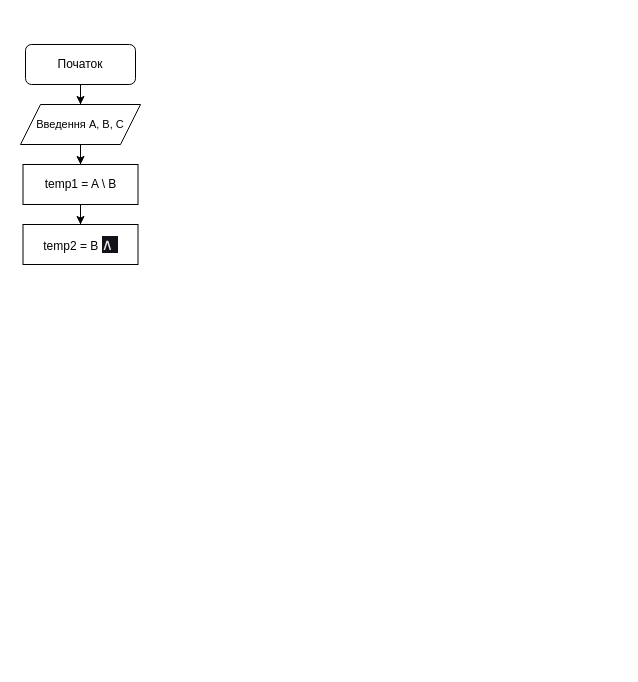
Earlier version of the draw.io diagram LR1/diagrams/A1.drawio (BronievM/KPI-DM-Labs). Source tidied: cells renumbered, new cells numbered last; positions are measured from the earlier drawing's top-left corner, leaving out a move shared by most shapes. Both pictures are drawn from the tidied source at 100%, with x=0, y=0 at pixel (20, 44).
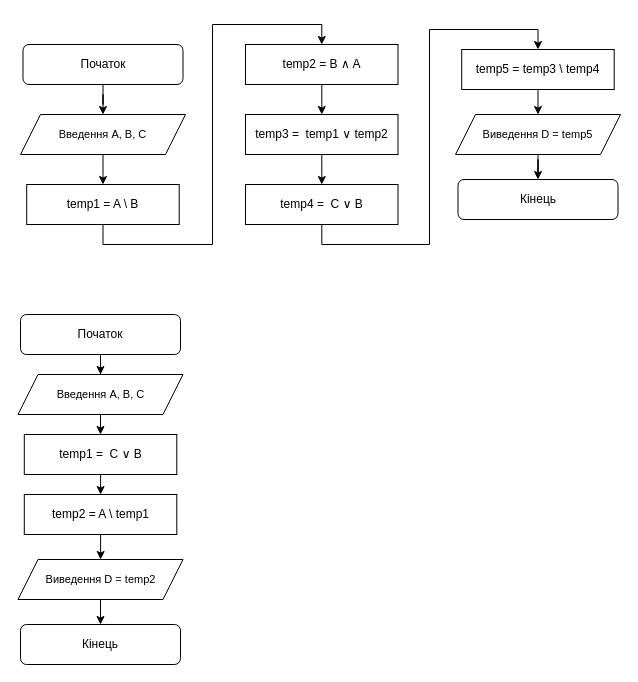
The same page after the edit.

Change to the diagram source:
```diff
@@
     <mxCell id="3" value="Початок" style="rounded=1;whiteSpace=wrap;html=1;" parent="1" vertex="1">
-      <mxGeometry x="5" width="110" height="40" as="geometry" />
+      <mxGeometry x="2.5" width="160" height="40" as="geometry" />
     </mxCell>
@@
     <mxCell id="5" value="&lt;font style=&quot;font-size: 11px;&quot;&gt;Введення A, B, C&lt;/font&gt;" style="shape=parallelogram;perimeter=parallelogramPerimeter;whiteSpace=wrap;html=1;fixedSize=1;" parent="1" vertex="1">
-      <mxGeometry y="60" width="120" height="40" as="geometry" />
+      <mxGeometry y="70" width="165" height="40" as="geometry" />
     </mxCell>
     <mxCell id="6" style="edgeStyle=orthogonalEdgeStyle;rounded=0;jettySize=auto;html=1;entryX=0.5;entryY=0;entryDx=0;entryDy=0;" parent="1" edge="1" source="7" target="8">
-      <mxGeometry relative="1" as="geometry" />
+      <mxGeometry relative="1" as="geometry">
+        <Array as="points">
+          <mxPoint x="83" y="200" />
+          <mxPoint x="192" y="200" />
+          <mxPoint x="192" y="-20" />
+          <mxPoint x="301" y="-20" />
+        </Array>
+      </mxGeometry>
     </mxCell>
     <mxCell id="7" value="temp1 = A \ B" style="rounded=0;whiteSpace=wrap;html=1;" parent="1" vertex="1">
-      <mxGeometry x="2.5" y="120" width="115" height="40" as="geometry" />
+      <mxGeometry x="6.2" y="140" width="152.5" height="40" as="geometry" />
     </mxCell>
+    <mxCell id="9" style="edgeStyle=orthogonalEdgeStyle;rounded=0;jettySize=auto;html=1;entryX=0.5;entryY=0;entryDx=0;entryDy=0;" parent="1" edge="1" source="8" target="11">
+      <mxGeometry relative="1" as="geometry" />
+    </mxCell>
-    <mxCell id="8" value="temp2 = B&amp;nbsp;&lt;span style=&quot;color: rgb(232, 232, 232); font-family: &amp;quot;Google Sans&amp;quot;, Arial, sans-serif; font-size: 16px; text-align: left; background-color: rgb(16, 18, 24);&quot;&gt;∧&amp;nbsp;&lt;/span&gt;" style="rounded=0;whiteSpace=wrap;html=1;" parent="1" vertex="1">
-      <mxGeometry x="2.5" y="180" width="115" height="40" as="geometry" />
+    <mxCell id="8" value="&lt;font face=&quot;Helvetica&quot; style=&quot;color: rgb(0, 0, 0);&quot;&gt;temp2 = B&amp;nbsp;&lt;span style=&quot;text-align: left;&quot;&gt;&lt;font style=&quot;&quot;&gt;∧ A&lt;/font&gt;&lt;/span&gt;&lt;/font&gt;" style="rounded=0;whiteSpace=wrap;html=1;" parent="1" vertex="1">
+      <mxGeometry x="225" width="152.5" height="40" as="geometry" />
     </mxCell>
+    <mxCell id="10" style="edgeStyle=orthogonalEdgeStyle;rounded=0;jettySize=auto;html=1;entryX=0.5;entryY=0;entryDx=0;entryDy=0;" parent="1" edge="1" source="11" target="13">
+      <mxGeometry relative="1" as="geometry" />
+    </mxCell>
+    <mxCell id="11" value="&lt;div style=&quot;text-align: left;&quot;&gt;&lt;font&gt;&lt;span style=&quot;background-color: transparent;&quot;&gt;temp3 =&amp;nbsp; temp1&amp;nbsp;&lt;/span&gt;&lt;span style=&quot;background-color: transparent; text-align: center;&quot;&gt;&lt;font&gt;∨ temp2&lt;/font&gt;&lt;/span&gt;&lt;/font&gt;&lt;/div&gt;" style="rounded=0;whiteSpace=wrap;html=1;" parent="1" vertex="1">
+      <mxGeometry x="225" y="70" width="152.5" height="40" as="geometry" />
+    </mxCell>
+    <mxCell id="12" style="edgeStyle=orthogonalEdgeStyle;rounded=0;jettySize=auto;html=1;entryX=0.5;entryY=0;entryDx=0;entryDy=0;" parent="1" edge="1" source="13" target="15">
+      <mxGeometry relative="1" as="geometry">
+        <Array as="points">
+          <mxPoint x="301" y="200" />
+          <mxPoint x="409" y="200" />
+          <mxPoint x="409" y="-15" />
+          <mxPoint x="518" y="-15" />
+        </Array>
+      </mxGeometry>
+    </mxCell>
+    <mxCell id="13" value="&lt;div style=&quot;text-align: left;&quot;&gt;&lt;font&gt;&lt;span style=&quot;background-color: transparent;&quot;&gt;temp4 =&amp;nbsp; C&amp;nbsp;&lt;/span&gt;&lt;span style=&quot;background-color: transparent; text-align: center;&quot;&gt;&lt;font&gt;∨ B&lt;/font&gt;&lt;/span&gt;&lt;/font&gt;&lt;/div&gt;" style="rounded=0;whiteSpace=wrap;html=1;" parent="1" vertex="1">
+      <mxGeometry x="225" y="140" width="152.5" height="40" as="geometry" />
+    </mxCell>
+    <mxCell id="14" style="edgeStyle=orthogonalEdgeStyle;rounded=0;jettySize=auto;html=1;entryX=0.5;entryY=0;entryDx=0;entryDy=0;" parent="1" edge="1" source="15" target="17">
+      <mxGeometry relative="1" as="geometry" />
+    </mxCell>
+    <mxCell id="15" value="&lt;div style=&quot;text-align: left;&quot;&gt;temp5 = temp3 \ temp4&lt;/div&gt;" style="rounded=0;whiteSpace=wrap;html=1;" parent="1" vertex="1">
+      <mxGeometry x="441.2" y="5" width="152.5" height="40" as="geometry" />
+    </mxCell>
+    <mxCell id="16" style="edgeStyle=orthogonalEdgeStyle;rounded=0;jettySize=auto;html=1;entryX=0.5;entryY=0;entryDx=0;entryDy=0;" parent="1" edge="1" source="17" target="18">
+      <mxGeometry relative="1" as="geometry" />
+    </mxCell>
+    <mxCell id="17" value="&lt;font style=&quot;font-size: 11px;&quot;&gt;Виведення D = temp5&lt;/font&gt;" style="shape=parallelogram;perimeter=parallelogramPerimeter;whiteSpace=wrap;html=1;fixedSize=1;" parent="1" vertex="1">
+      <mxGeometry x="435" y="70" width="165" height="40" as="geometry" />
+    </mxCell>
+    <mxCell id="18" value="Кінець" style="rounded=1;whiteSpace=wrap;html=1;" parent="1" vertex="1">
+      <mxGeometry x="437.5" y="135" width="160" height="40" as="geometry" />
+    </mxCell>
+    <mxCell id="19" style="edgeStyle=orthogonalEdgeStyle;rounded=0;jettySize=auto;html=1;entryX=0.5;entryY=0;entryDx=0;entryDy=0;" parent="1" edge="1" source="20" target="22">
+      <mxGeometry relative="1" as="geometry" />
+    </mxCell>
+    <mxCell id="20" value="Початок" style="rounded=1;whiteSpace=wrap;html=1;" parent="1" vertex="1">
+      <mxGeometry y="270" width="160" height="40" as="geometry" />
+    </mxCell>
+    <mxCell id="21" style="edgeStyle=orthogonalEdgeStyle;rounded=0;jettySize=auto;html=1;entryX=0.5;entryY=0;entryDx=0;entryDy=0;" parent="1" edge="1" source="22" target="29">
+      <mxGeometry relative="1" as="geometry" />
+    </mxCell>
+    <mxCell id="22" value="&lt;font style=&quot;font-size: 11px;&quot;&gt;Введення A, B, C&lt;/font&gt;" style="shape=parallelogram;perimeter=parallelogramPerimeter;whiteSpace=wrap;html=1;fixedSize=1;" parent="1" vertex="1">
+      <mxGeometry x="-2.5" y="330" width="165" height="40" as="geometry" />
+    </mxCell>
+    <mxCell id="23" style="edgeStyle=orthogonalEdgeStyle;rounded=0;jettySize=auto;html=1;entryX=0.5;entryY=0;entryDx=0;entryDy=0;" parent="1" edge="1" source="24" target="26">
+      <mxGeometry relative="1" as="geometry" />
+    </mxCell>
+    <mxCell id="24" value="&lt;div style=&quot;text-align: left;&quot;&gt;temp2 = A \ temp1&lt;/div&gt;" style="rounded=0;whiteSpace=wrap;html=1;" parent="1" vertex="1">
+      <mxGeometry x="3.8" y="450" width="152.5" height="40" as="geometry" />
+    </mxCell>
+    <mxCell id="25" style="edgeStyle=orthogonalEdgeStyle;rounded=0;jettySize=auto;html=1;entryX=0.5;entryY=0;entryDx=0;entryDy=0;" parent="1" edge="1" source="26" target="27">
+      <mxGeometry relative="1" as="geometry" />
+    </mxCell>
+    <mxCell id="26" value="&lt;font style=&quot;font-size: 11px;&quot;&gt;Виведення D = temp2&lt;/font&gt;" style="shape=parallelogram;perimeter=parallelogramPerimeter;whiteSpace=wrap;html=1;fixedSize=1;" parent="1" vertex="1">
+      <mxGeometry x="-2.5" y="515" width="165" height="40" as="geometry" />
+    </mxCell>
+    <mxCell id="27" value="Кінець" style="rounded=1;whiteSpace=wrap;html=1;" parent="1" vertex="1">
+      <mxGeometry y="580" width="160" height="40" as="geometry" />
+    </mxCell>
+    <mxCell id="28" style="edgeStyle=orthogonalEdgeStyle;rounded=0;jettySize=auto;html=1;entryX=0.5;entryY=0;entryDx=0;entryDy=0;" parent="1" edge="1" source="29" target="24">
+      <mxGeometry relative="1" as="geometry" />
+    </mxCell>
+    <mxCell id="29" value="&lt;div style=&quot;text-align: left;&quot;&gt;&lt;font&gt;&lt;span style=&quot;background-color: transparent;&quot;&gt;temp1 =&amp;nbsp; C&amp;nbsp;&lt;/span&gt;&lt;span style=&quot;background-color: transparent; text-align: center;&quot;&gt;&lt;font&gt;∨ B&lt;/font&gt;&lt;/span&gt;&lt;/font&gt;&lt;/div&gt;" style="rounded=0;whiteSpace=wrap;html=1;" parent="1" vertex="1">
+      <mxGeometry x="3.8" y="390" width="152.5" height="40" as="geometry" />
+    </mxCell>
```
